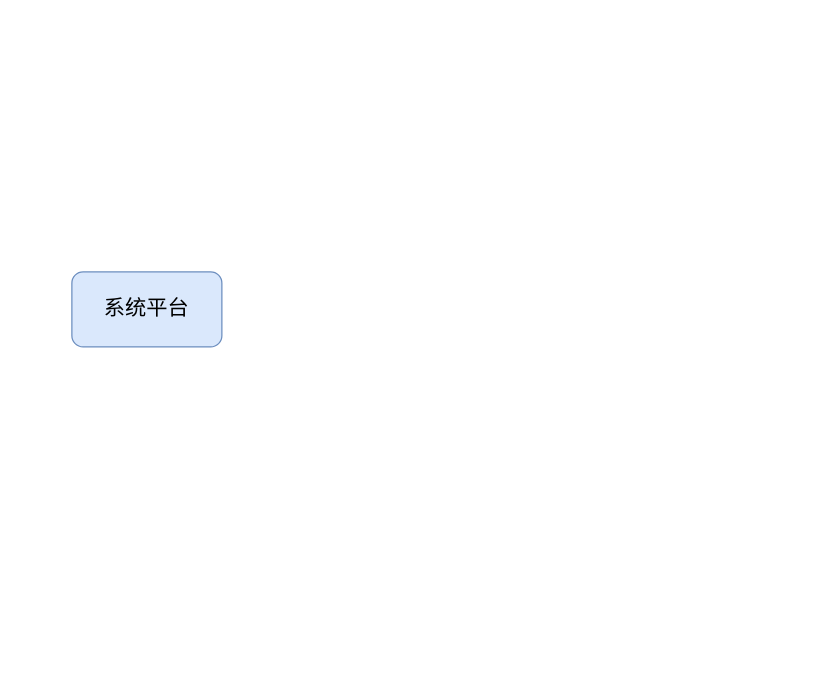
Earlier version of the draw.io diagram dev/D025摩托车.drawio (redcomet88/DRAW). Source tidied: cells renumbered, new cells numbered last; positions are measured from the earlier drawing's top-left corner, leaving out a move shared by most shapes. Both pictures are drawn from the tidied source at 125%, with x=0, y=0 at pixel (71, 271). Pictures stored in the file or linked from it are replaced by grey dashed boxes.
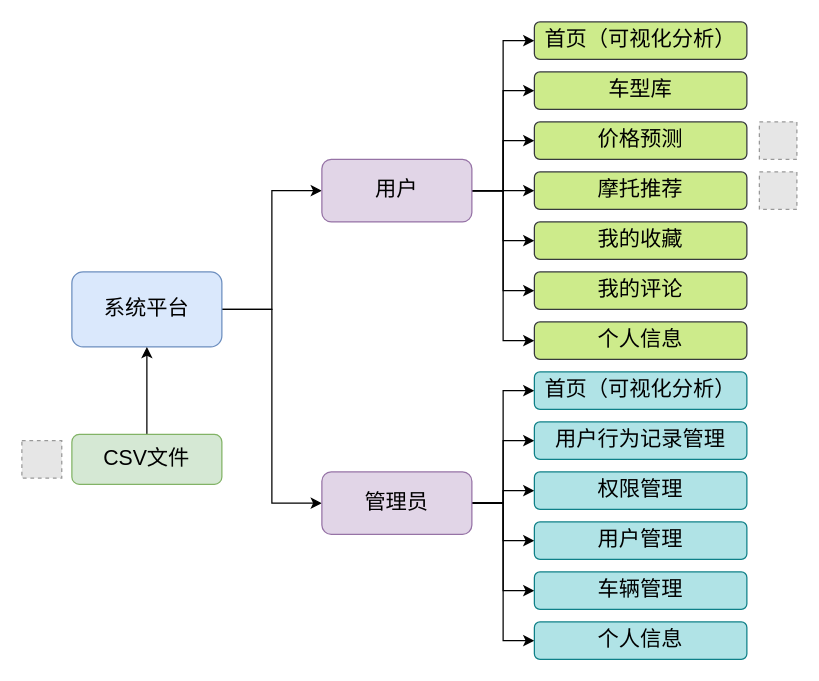
Above is the later version.

Commit message:
更新D025摩托车.drawio

The change refers to these unchanged cells:
```xml
<mxCell id="2" value="系统平台" style="rounded=1;whiteSpace=wrap;html=1;fillColor=#dae8fc;strokeColor=#6c8ebf;fontSize=17;" parent="1" vertex="1">
  <mxGeometry width="120" height="60" as="geometry" />
</mxCell>
```

Diff of the diagram source:
```diff
@@
+    <mxCell id="3" style="edgeStyle=orthogonalEdgeStyle;rounded=0;jettySize=auto;html=1;exitX=1;exitY=0.5;exitDx=0;exitDy=0;entryX=0;entryY=0.5;entryDx=0;entryDy=0;" parent="1" edge="1" source="2" target="14">
+      <mxGeometry relative="1" as="geometry" />
+    </mxCell>
+    <mxCell id="4" style="edgeStyle=orthogonalEdgeStyle;rounded=0;jettySize=auto;html=1;exitX=1;exitY=0.5;exitDx=0;exitDy=0;entryX=0;entryY=0.5;entryDx=0;entryDy=0;" parent="1" edge="1" source="2" target="21">
+      <mxGeometry relative="1" as="geometry" />
+    </mxCell>
@@
+    <mxCell id="5" style="edgeStyle=orthogonalEdgeStyle;rounded=0;jettySize=auto;html=1;exitX=0.5;exitY=0;exitDx=0;exitDy=0;entryX=0.5;entryY=1;entryDx=0;entryDy=0;" parent="1" edge="1" source="6" target="2">
+      <mxGeometry relative="1" as="geometry" />
+    </mxCell>
+    <mxCell id="6" value="CSV文件" style="rounded=1;whiteSpace=wrap;html=1;fillColor=#d5e8d4;strokeColor=#82b366;fontSize=17;" parent="1" vertex="1">
+      <mxGeometry y="130" width="120" height="40" as="geometry" />
+    </mxCell>
+    <mxCell id="7" style="edgeStyle=orthogonalEdgeStyle;rounded=0;jettySize=auto;html=1;exitX=1;exitY=0.5;exitDx=0;exitDy=0;entryX=0;entryY=0.5;entryDx=0;entryDy=0;" parent="1" edge="1" source="14" target="22">
+      <mxGeometry relative="1" as="geometry" />
+    </mxCell>
+    <mxCell id="8" style="edgeStyle=orthogonalEdgeStyle;rounded=0;jettySize=auto;html=1;exitX=1;exitY=0.5;exitDx=0;exitDy=0;entryX=0;entryY=0.5;entryDx=0;entryDy=0;" parent="1" edge="1" source="14" target="29">
+      <mxGeometry relative="1" as="geometry" />
+    </mxCell>
+    <mxCell id="9" style="edgeStyle=orthogonalEdgeStyle;rounded=0;jettySize=auto;html=1;exitX=1;exitY=0.5;exitDx=0;exitDy=0;entryX=0;entryY=0.5;entryDx=0;entryDy=0;" parent="1" edge="1" source="14" target="30">
+      <mxGeometry relative="1" as="geometry" />
+    </mxCell>
+    <mxCell id="10" style="edgeStyle=orthogonalEdgeStyle;rounded=0;jettySize=auto;html=1;exitX=1;exitY=0.5;exitDx=0;exitDy=0;entryX=0;entryY=0.5;entryDx=0;entryDy=0;" parent="1" edge="1" source="14" target="31">
+      <mxGeometry relative="1" as="geometry" />
+    </mxCell>
+    <mxCell id="11" style="edgeStyle=orthogonalEdgeStyle;rounded=0;jettySize=auto;html=1;exitX=1;exitY=0.5;exitDx=0;exitDy=0;entryX=0;entryY=0.5;entryDx=0;entryDy=0;" parent="1" edge="1" source="14" target="32">
+      <mxGeometry relative="1" as="geometry" />
+    </mxCell>
+    <mxCell id="12" style="edgeStyle=orthogonalEdgeStyle;rounded=0;jettySize=auto;html=1;exitX=1;exitY=0.5;exitDx=0;exitDy=0;entryX=0;entryY=0.5;entryDx=0;entryDy=0;" parent="1" edge="1" source="14" target="33">
+      <mxGeometry relative="1" as="geometry" />
+    </mxCell>
+    <mxCell id="13" style="edgeStyle=orthogonalEdgeStyle;rounded=0;jettySize=auto;html=1;exitX=1;exitY=0.5;exitDx=0;exitDy=0;entryX=0;entryY=0.5;entryDx=0;entryDy=0;" parent="1" edge="1" source="14" target="34">
+      <mxGeometry relative="1" as="geometry" />
+    </mxCell>
+    <mxCell id="14" value="用户" style="rounded=1;whiteSpace=wrap;html=1;fillColor=#e1d5e7;strokeColor=#9673a6;fontSize=17;" parent="1" vertex="1">
+      <mxGeometry x="200" y="-90" width="120" height="50" as="geometry" />
+    </mxCell>
+    <mxCell id="15" style="edgeStyle=orthogonalEdgeStyle;rounded=0;jettySize=auto;html=1;exitX=1;exitY=0.5;exitDx=0;exitDy=0;entryX=0;entryY=0.5;entryDx=0;entryDy=0;" parent="1" edge="1" source="21" target="23">
+      <mxGeometry relative="1" as="geometry" />
+    </mxCell>
+    <mxCell id="16" style="edgeStyle=orthogonalEdgeStyle;rounded=0;jettySize=auto;html=1;exitX=1;exitY=0.5;exitDx=0;exitDy=0;entryX=0;entryY=0.5;entryDx=0;entryDy=0;" parent="1" edge="1" source="21" target="24">
+      <mxGeometry relative="1" as="geometry" />
+    </mxCell>
+    <mxCell id="17" style="edgeStyle=orthogonalEdgeStyle;rounded=0;jettySize=auto;html=1;exitX=1;exitY=0.5;exitDx=0;exitDy=0;entryX=0;entryY=0.5;entryDx=0;entryDy=0;" parent="1" edge="1" source="21" target="28">
+      <mxGeometry relative="1" as="geometry" />
+    </mxCell>
+    <mxCell id="18" style="edgeStyle=orthogonalEdgeStyle;rounded=0;jettySize=auto;html=1;exitX=1;exitY=0.5;exitDx=0;exitDy=0;entryX=0;entryY=0.5;entryDx=0;entryDy=0;" parent="1" edge="1" source="21" target="27">
+      <mxGeometry relative="1" as="geometry" />
+    </mxCell>
+    <mxCell id="19" style="edgeStyle=orthogonalEdgeStyle;rounded=0;jettySize=auto;html=1;exitX=1;exitY=0.5;exitDx=0;exitDy=0;entryX=0;entryY=0.5;entryDx=0;entryDy=0;" parent="1" edge="1" source="21" target="26">
+      <mxGeometry relative="1" as="geometry" />
+    </mxCell>
+    <mxCell id="20" style="edgeStyle=orthogonalEdgeStyle;rounded=0;jettySize=auto;html=1;exitX=1;exitY=0.5;exitDx=0;exitDy=0;entryX=0;entryY=0.5;entryDx=0;entryDy=0;" parent="1" edge="1" source="21" target="25">
+      <mxGeometry relative="1" as="geometry" />
+    </mxCell>
+    <mxCell id="21" value="管理员" style="rounded=1;whiteSpace=wrap;html=1;fillColor=#e1d5e7;strokeColor=#9673a6;fontSize=17;" parent="1" vertex="1">
+      <mxGeometry x="200" y="160" width="120" height="50" as="geometry" />
+    </mxCell>
+    <mxCell id="22" value="首页（可视化分析）" style="rounded=1;whiteSpace=wrap;html=1;fillColor=#cdeb8b;strokeColor=#36393d;fontSize=17;" parent="1" vertex="1">
+      <mxGeometry x="370" y="-200" width="170" height="30" as="geometry" />
+    </mxCell>
+    <mxCell id="23" value="首页（可视化分析）" style="rounded=1;whiteSpace=wrap;html=1;fillColor=#b0e3e6;strokeColor=#0e8088;fontSize=17;" parent="1" vertex="1">
+      <mxGeometry x="370" y="80" width="170" height="30" as="geometry" />
+    </mxCell>
+    <mxCell id="24" value="用户行为记录管理" style="rounded=1;whiteSpace=wrap;html=1;fillColor=#b0e3e6;strokeColor=#0e8088;fontSize=17;" parent="1" vertex="1">
+      <mxGeometry x="370" y="120" width="170" height="30" as="geometry" />
+    </mxCell>
+    <mxCell id="25" value="权限管理" style="rounded=1;whiteSpace=wrap;html=1;fillColor=#b0e3e6;strokeColor=#0e8088;fontSize=17;" parent="1" vertex="1">
+      <mxGeometry x="370" y="160" width="170" height="30" as="geometry" />
+    </mxCell>
+    <mxCell id="26" value="用户管理" style="rounded=1;whiteSpace=wrap;html=1;fillColor=#b0e3e6;strokeColor=#0e8088;fontSize=17;" parent="1" vertex="1">
+      <mxGeometry x="370" y="200" width="170" height="30" as="geometry" />
+    </mxCell>
+    <mxCell id="27" value="车辆管理" style="rounded=1;whiteSpace=wrap;html=1;fillColor=#b0e3e6;strokeColor=#0e8088;fontSize=17;" parent="1" vertex="1">
+      <mxGeometry x="370" y="240" width="170" height="30" as="geometry" />
+    </mxCell>
+    <mxCell id="28" value="个人信息" style="rounded=1;whiteSpace=wrap;html=1;fillColor=#b0e3e6;strokeColor=#0e8088;fontSize=17;" parent="1" vertex="1">
+      <mxGeometry x="370" y="280" width="170" height="30" as="geometry" />
+    </mxCell>
+    <mxCell id="29" value="车型库" style="rounded=1;whiteSpace=wrap;html=1;fillColor=#cdeb8b;strokeColor=#36393d;fontSize=17;" parent="1" vertex="1">
+      <mxGeometry x="370" y="-160" width="170" height="30" as="geometry" />
+    </mxCell>
+    <mxCell id="30" value="价格预测" style="rounded=1;whiteSpace=wrap;html=1;fillColor=#cdeb8b;strokeColor=#36393d;fontSize=17;" parent="1" vertex="1">
+      <mxGeometry x="370" y="-120" width="170" height="30" as="geometry" />
+    </mxCell>
+    <mxCell id="31" value="摩托推荐" style="rounded=1;whiteSpace=wrap;html=1;fillColor=#cdeb8b;strokeColor=#36393d;fontSize=17;" parent="1" vertex="1">
+      <mxGeometry x="370" y="-80" width="170" height="30" as="geometry" />
+    </mxCell>
+    <mxCell id="32" value="我的收藏" style="rounded=1;whiteSpace=wrap;html=1;fillColor=#cdeb8b;strokeColor=#36393d;fontSize=17;" parent="1" vertex="1">
+      <mxGeometry x="370" y="-40" width="170" height="30" as="geometry" />
+    </mxCell>
+    <mxCell id="33" value="我的评论" style="rounded=1;whiteSpace=wrap;html=1;fillColor=#cdeb8b;strokeColor=#36393d;fontSize=17;" parent="1" vertex="1">
+      <mxGeometry x="370" width="170" height="30" as="geometry" />
+    </mxCell>
+    <mxCell id="34" value="个人信息" style="rounded=1;whiteSpace=wrap;html=1;fillColor=#cdeb8b;strokeColor=#36393d;fontSize=17;" parent="1" vertex="1">
+      <mxGeometry x="370" y="40" width="170" height="30" as="geometry" />
+    </mxCell>
+    <mxCell id="35" style="fillColor=#E6E6E6;strokeColor=#999999;dashed=1;verticalLabelPosition=bottom;labelBackgroundColor=default;verticalAlign=top;" parent="1" vertex="1">
+      <mxGeometry x="-40" y="135" width="31.9" height="30" as="geometry" />
+    </mxCell>
+    <mxCell id="36" style="fillColor=#E6E6E6;strokeColor=#999999;dashed=1;verticalLabelPosition=bottom;labelBackgroundColor=default;verticalAlign=top;" parent="1" vertex="1">
+      <mxGeometry x="550" y="-120" width="30" height="30" as="geometry" />
+    </mxCell>
+    <mxCell id="37" style="fillColor=#E6E6E6;strokeColor=#999999;dashed=1;verticalLabelPosition=bottom;labelBackgroundColor=default;verticalAlign=top;" parent="1" vertex="1">
+      <mxGeometry x="550" y="-80" width="30" height="30" as="geometry" />
+    </mxCell>
```
